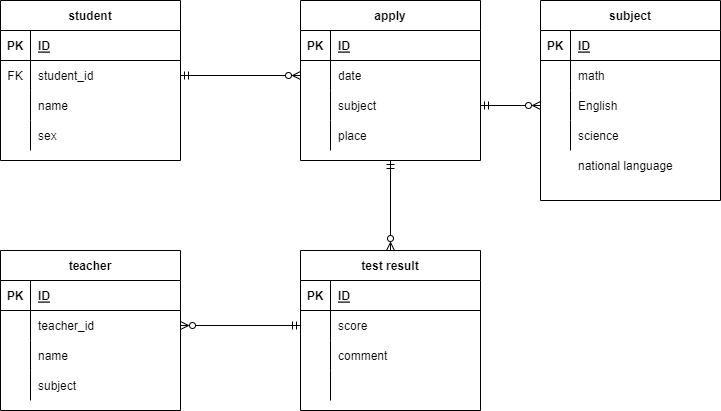
This is index2.drawio.png from MISAKI0512/ER-, a draw.io export, as it was before one commit. Source tidied: cells renumbered, new cells last; positions are measured from the earlier drawing's top-left corner, leaving out a move shared by most shapes.
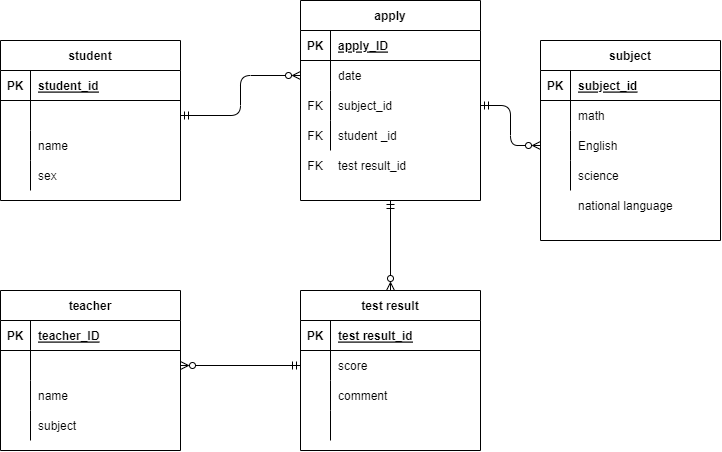
Above is the later version.

Change to the diagram source:
```diff
@@ -11,7 +11,7 @@
     <mxCell id="4" value="PK" style="shape=partialRectangle;fillColor=none;top=0;left=0;bottom=0;right=0;fontStyle=1;overflow=hidden;" parent="3" vertex="1">
       <mxGeometry width="30" height="30" as="geometry" />
     </mxCell>
-    <mxCell id="5" value="ID" style="shape=partialRectangle;fillColor=none;top=0;left=0;bottom=0;right=0;align=left;spacingLeft=6;fontStyle=5;overflow=hidden;" parent="3" vertex="1">
+    <mxCell id="5" value="subject_id" style="shape=partialRectangle;fillColor=none;top=0;left=0;bottom=0;right=0;align=left;spacingLeft=6;fontStyle=5;overflow=hidden;" parent="3" vertex="1">
       <mxGeometry x="30" width="150" height="30" as="geometry" />
     </mxCell>
     <mxCell id="6" style="shape=partialRectangle;fillColor=none;top=0;left=0;bottom=0;right=0;" parent="2" vertex="1">
@@ -50,16 +50,16 @@
     <mxCell id="17" value="PK" style="shape=partialRectangle;fillColor=none;top=0;left=0;bottom=0;right=0;fontStyle=1;overflow=hidden;" parent="16" vertex="1">
       <mxGeometry width="30" height="30" as="geometry" />
     </mxCell>
-    <mxCell id="18" value="ID" style="shape=partialRectangle;fillColor=none;top=0;left=0;bottom=0;right=0;align=left;spacingLeft=6;fontStyle=5;overflow=hidden;" parent="16" vertex="1">
+    <mxCell id="18" value="student_id" style="shape=partialRectangle;fillColor=none;top=0;left=0;bottom=0;right=0;align=left;spacingLeft=6;fontStyle=5;overflow=hidden;" parent="16" vertex="1">
       <mxGeometry x="30" width="150" height="30" as="geometry" />
     </mxCell>
     <mxCell id="19" style="shape=partialRectangle;fillColor=none;top=0;left=0;bottom=0;right=0;points=[[0,0.5],[1,0.5]];portConstraint=eastwest;" parent="15" vertex="1">
       <mxGeometry y="60" width="180" height="30" as="geometry" />
     </mxCell>
-    <mxCell id="20" value="FK" style="shape=partialRectangle;fillColor=none;top=0;left=0;bottom=0;right=0;overflow=hidden;" parent="19" vertex="1">
+    <mxCell id="20" style="shape=partialRectangle;fillColor=none;top=0;left=0;bottom=0;right=0;overflow=hidden;" parent="19" vertex="1">
       <mxGeometry width="30" height="30" as="geometry" />
     </mxCell>
-    <mxCell id="21" value="student_id" style="shape=partialRectangle;fillColor=none;top=0;left=0;bottom=0;right=0;align=left;spacingLeft=6;overflow=hidden;" parent="19" vertex="1">
+    <mxCell id="21" style="shape=partialRectangle;fillColor=none;top=0;left=0;bottom=0;right=0;align=left;spacingLeft=6;overflow=hidden;" parent="19" vertex="1">
       <mxGeometry x="30" width="150" height="30" as="geometry" />
     </mxCell>
     <mxCell id="22" style="shape=partialRectangle;fillColor=none;top=0;left=0;bottom=0;right=0;" parent="15" vertex="1">
@@ -89,7 +89,7 @@
     <mxCell id="30" value="PK" style="shape=partialRectangle;fillColor=none;top=0;left=0;bottom=0;right=0;fontStyle=1;overflow=hidden;" parent="29" vertex="1">
       <mxGeometry width="30" height="30" as="geometry" />
     </mxCell>
-    <mxCell id="31" value="ID" style="shape=partialRectangle;fillColor=none;top=0;left=0;bottom=0;right=0;align=left;spacingLeft=6;fontStyle=5;overflow=hidden;" parent="29" vertex="1">
+    <mxCell id="31" value="teacher_ID" style="shape=partialRectangle;fillColor=none;top=0;left=0;bottom=0;right=0;align=left;spacingLeft=6;fontStyle=5;overflow=hidden;" parent="29" vertex="1">
       <mxGeometry x="30" width="150" height="30" as="geometry" />
     </mxCell>
     <mxCell id="32" style="shape=partialRectangle;fillColor=none;top=0;left=0;bottom=0;right=0;points=[[0,0.5],[1,0.5]];portConstraint=eastwest;" parent="28" vertex="1">
@@ -98,7 +98,7 @@
     <mxCell id="33" style="shape=partialRectangle;fillColor=none;top=0;left=0;bottom=0;right=0;overflow=hidden;" parent="32" vertex="1">
       <mxGeometry width="30" height="30" as="geometry" />
     </mxCell>
-    <mxCell id="34" value="teacher_id" style="shape=partialRectangle;fillColor=none;top=0;left=0;bottom=0;right=0;align=left;spacingLeft=6;overflow=hidden;" parent="32" vertex="1">
+    <mxCell id="34" style="shape=partialRectangle;fillColor=none;top=0;left=0;bottom=0;right=0;align=left;spacingLeft=6;overflow=hidden;" parent="32" vertex="1">
       <mxGeometry x="30" width="150" height="30" as="geometry" />
     </mxCell>
     <mxCell id="35" style="shape=partialRectangle;fillColor=none;top=0;left=0;bottom=0;right=0;" parent="28" vertex="1">
@@ -123,7 +123,7 @@
       <mxGeometry relative="1" as="geometry" />
     </mxCell>
     <mxCell id="42" value="apply" style="shape=table;startSize=30;rowLines=0;fontStyle=1;align=center;" parent="1" vertex="1">
-      <mxGeometry x="300" width="180" height="160" as="geometry" />
+      <mxGeometry x="300" y="-40" width="180" height="200" as="geometry" />
     </mxCell>
     <mxCell id="43" style="shape=partialRectangle;fillColor=none;top=0;left=0;bottom=1;right=0;" parent="42" vertex="1">
       <mxGeometry y="30" width="180" height="30" as="geometry" />
@@ -131,7 +131,7 @@
     <mxCell id="44" value="PK" style="shape=partialRectangle;fillColor=none;top=0;left=0;bottom=0;right=0;fontStyle=1;overflow=hidden;" parent="43" vertex="1">
       <mxGeometry width="30" height="30" as="geometry" />
     </mxCell>
-    <mxCell id="45" value="ID" style="shape=partialRectangle;fillColor=none;top=0;left=0;bottom=0;right=0;align=left;spacingLeft=6;fontStyle=5;overflow=hidden;" parent="43" vertex="1">
+    <mxCell id="45" value="apply_ID" style="shape=partialRectangle;fillColor=none;top=0;left=0;bottom=0;right=0;align=left;spacingLeft=6;fontStyle=5;overflow=hidden;" parent="43" vertex="1">
       <mxGeometry x="30" width="150" height="30" as="geometry" />
     </mxCell>
     <mxCell id="46" style="shape=partialRectangle;fillColor=none;top=0;left=0;bottom=0;right=0;points=[[0,0.5],[1,0.5]];portConstraint=eastwest;" parent="42" vertex="1">
@@ -146,19 +146,19 @@
     <mxCell id="49" style="shape=partialRectangle;fillColor=none;top=0;left=0;bottom=0;right=0;points=[[0,0.5],[1,0.5]];portConstraint=eastwest;" parent="42" vertex="1">
       <mxGeometry y="90" width="180" height="30" as="geometry" />
     </mxCell>
-    <mxCell id="50" style="shape=partialRectangle;fillColor=none;top=0;left=0;bottom=0;right=0;overflow=hidden;" parent="49" vertex="1">
+    <mxCell id="50" value="FK" style="shape=partialRectangle;fillColor=none;top=0;left=0;bottom=0;right=0;overflow=hidden;" parent="49" vertex="1">
       <mxGeometry width="30" height="30" as="geometry" />
     </mxCell>
-    <mxCell id="51" value="subject" style="shape=partialRectangle;fillColor=none;top=0;left=0;bottom=0;right=0;align=left;spacingLeft=6;overflow=hidden;" parent="49" vertex="1">
+    <mxCell id="51" value="subject_id" style="shape=partialRectangle;fillColor=none;top=0;left=0;bottom=0;right=0;align=left;spacingLeft=6;overflow=hidden;" parent="49" vertex="1">
       <mxGeometry x="30" width="150" height="30" as="geometry" />
     </mxCell>
     <mxCell id="52" style="shape=partialRectangle;fillColor=none;top=0;left=0;bottom=0;right=0;" parent="42" vertex="1">
       <mxGeometry y="120" width="180" height="30" as="geometry" />
     </mxCell>
-    <mxCell id="53" style="shape=partialRectangle;fillColor=none;top=0;left=0;bottom=0;right=0;overflow=hidden;" parent="52" vertex="1">
+    <mxCell id="53" value="FK" style="shape=partialRectangle;fillColor=none;top=0;left=0;bottom=0;right=0;overflow=hidden;" parent="52" vertex="1">
       <mxGeometry width="30" height="30" as="geometry" />
     </mxCell>
-    <mxCell id="54" value="place" style="shape=partialRectangle;fillColor=none;top=0;left=0;bottom=0;right=0;align=left;spacingLeft=6;overflow=hidden;" parent="52" vertex="1">
+    <mxCell id="54" value="student _id" style="shape=partialRectangle;fillColor=none;top=0;left=0;bottom=0;right=0;align=left;spacingLeft=6;overflow=hidden;" parent="52" vertex="1">
       <mxGeometry x="30" width="150" height="30" as="geometry" />
     </mxCell>
     <mxCell id="55" value="test result" style="shape=table;startSize=30;rowLines=0;fontStyle=1;align=center;" parent="1" vertex="1">
@@ -170,7 +170,7 @@
     <mxCell id="57" value="PK" style="shape=partialRectangle;fillColor=none;top=0;left=0;bottom=0;right=0;fontStyle=1;overflow=hidden;" parent="56" vertex="1">
       <mxGeometry width="30" height="30" as="geometry" />
     </mxCell>
-    <mxCell id="58" value="ID" style="shape=partialRectangle;fillColor=none;top=0;left=0;bottom=0;right=0;align=left;spacingLeft=6;fontStyle=5;overflow=hidden;" parent="56" vertex="1">
+    <mxCell id="58" value="test result_id" style="shape=partialRectangle;fillColor=none;top=0;left=0;bottom=0;right=0;align=left;spacingLeft=6;fontStyle=5;overflow=hidden;" parent="56" vertex="1">
       <mxGeometry x="30" width="150" height="30" as="geometry" />
     </mxCell>
     <mxCell id="59" style="shape=partialRectangle;fillColor=none;top=0;left=0;bottom=0;right=0;points=[[0,0.5],[1,0.5]];portConstraint=eastwest;" parent="55" vertex="1">
@@ -218,5 +218,11 @@
     <mxCell id="73" style="edgeStyle=orthogonalEdgeStyle;html=1;entryX=0;entryY=0.5;entryDx=0;entryDy=0;startArrow=ERzeroToMany;startFill=0;endArrow=ERmandOne;endFill=0;" parent="1" edge="1" source="32" target="59">
       <mxGeometry relative="1" as="geometry" />
     </mxCell>
+    <mxCell id="74" value="FK" style="shape=partialRectangle;fillColor=none;top=0;left=0;bottom=0;right=0;overflow=hidden;" parent="1" vertex="1">
+      <mxGeometry x="300" y="110" width="30" height="30" as="geometry" />
+    </mxCell>
+    <mxCell id="75" value="test result_id" style="shape=partialRectangle;fillColor=none;top=0;left=0;bottom=0;right=0;align=left;spacingLeft=6;overflow=hidden;" parent="1" vertex="1">
+      <mxGeometry x="330" y="110" width="150" height="30" as="geometry" />
+    </mxCell>
   </root>
 </mxGraphModel>
```
